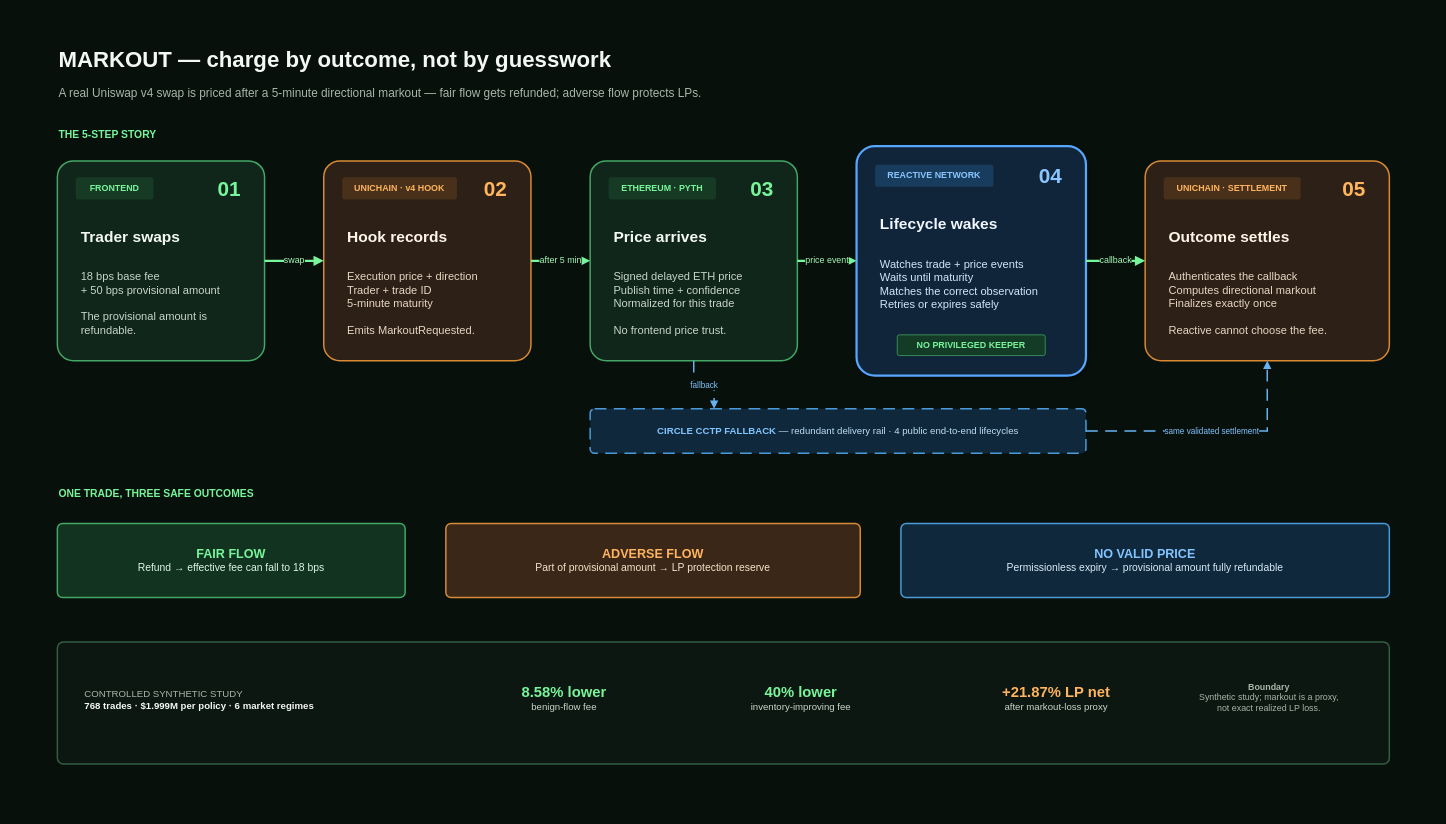
This is docs/diagrams/MARKOUT_VIDEO_ARCHITECTURE.drawio from RudraBhaskar9439/markout-hook, a draw.io file, before an edit. Source tidied: cells renumbered, new cells numbered last; positions are measured from the earlier drawing's top-left corner, leaving out a move shared by most shapes. Both pictures are drawn from the tidied source at 74%, with x=0, y=0 at pixel (13, 13).
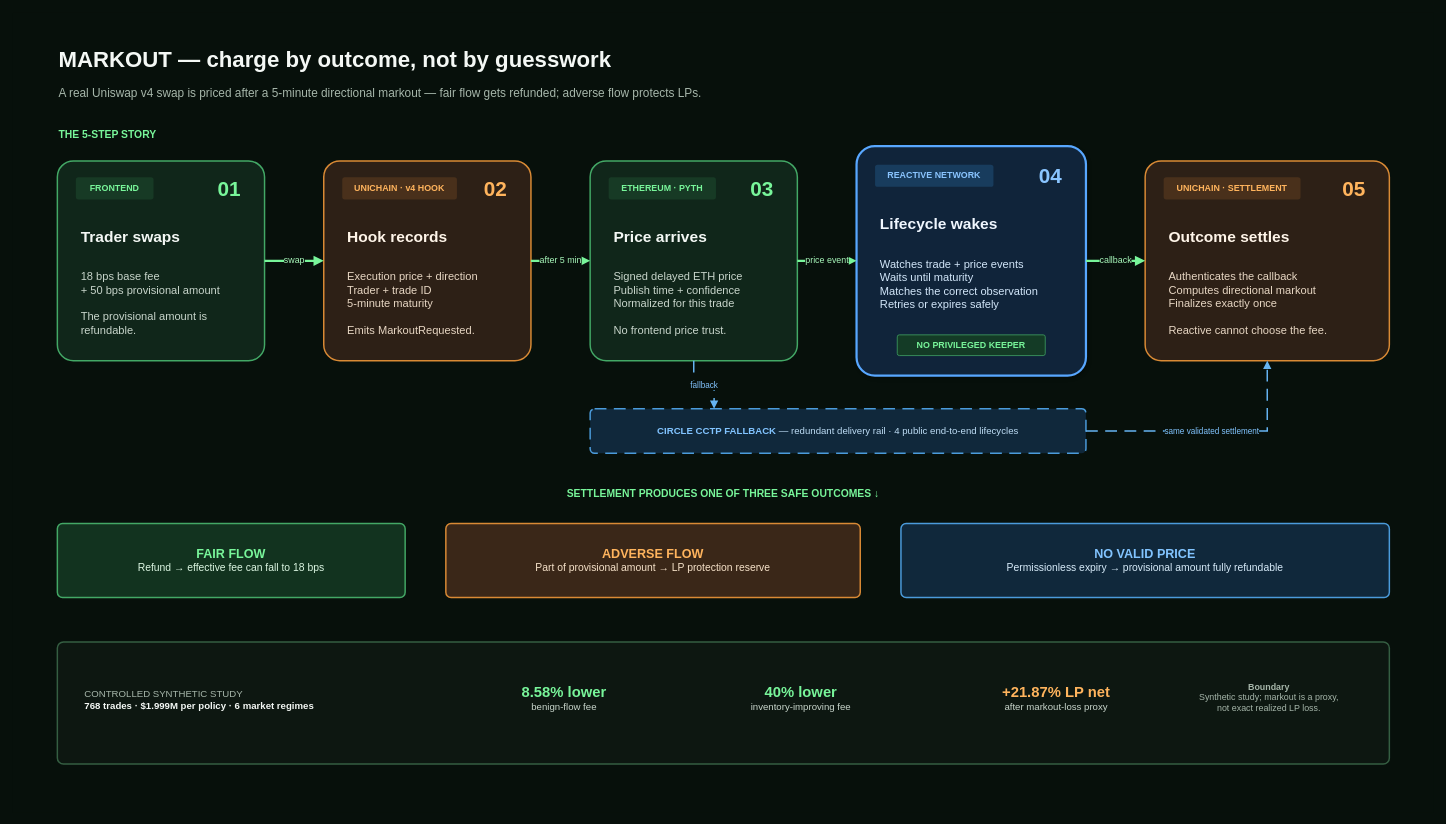
After the change.

Commit message (it also covers changes not shown here):
docs: finalize video architecture and record Reactive recheck

The edit, as a diff of the source:
```diff
@@
-    <mxCell id="39" value="&lt;font color=&quot;#78F59A&quot;&gt;&lt;b&gt;ONE TRADE, THREE SAFE OUTCOMES&lt;/b&gt;&lt;/font&gt;" style="text;html=1;align=left;verticalAlign=middle;whiteSpace=wrap;fontSize=14;" parent="1" vertex="1">
-      <mxGeometry x="60" y="635" width="400" height="30" as="geometry" />
+    <mxCell id="39" value="&lt;font color=&quot;#78F59A&quot;&gt;&lt;b&gt;SETTLEMENT PRODUCES ONE OF THREE SAFE OUTCOMES ↓&lt;/b&gt;&lt;/font&gt;" style="text;html=1;align=center;verticalAlign=middle;whiteSpace=wrap;fontSize=14;" parent="1" vertex="1">
+      <mxGeometry x="560" y="635" width="800" height="30" as="geometry" />
     </mxCell>
```
